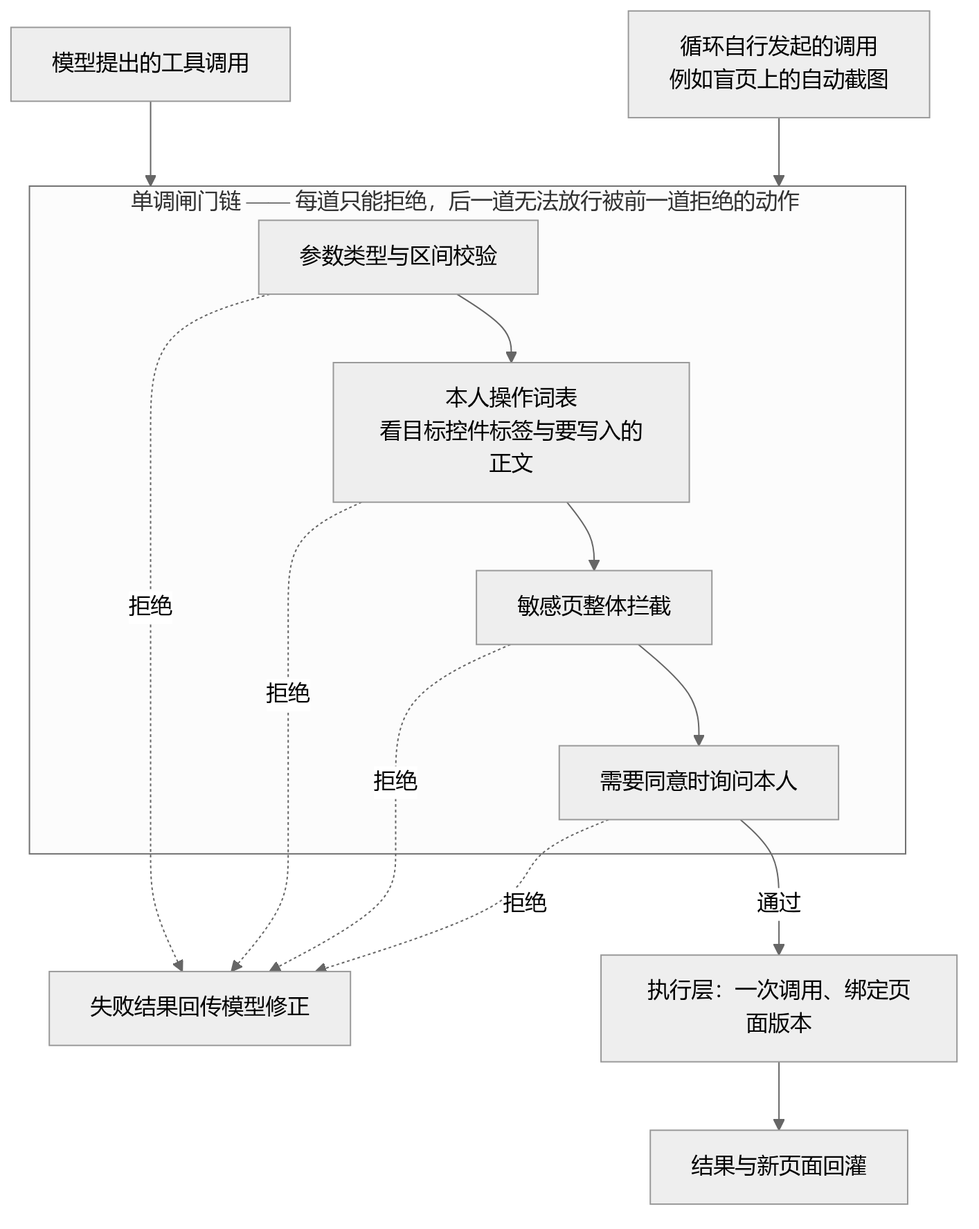
The Mermaid diagram docs/aic-2026/figures/fig3.png in lhxll07/elder-harness, before a commit. Its source is kept beside it as docs/aic-2026/figures/fig3.mmd.
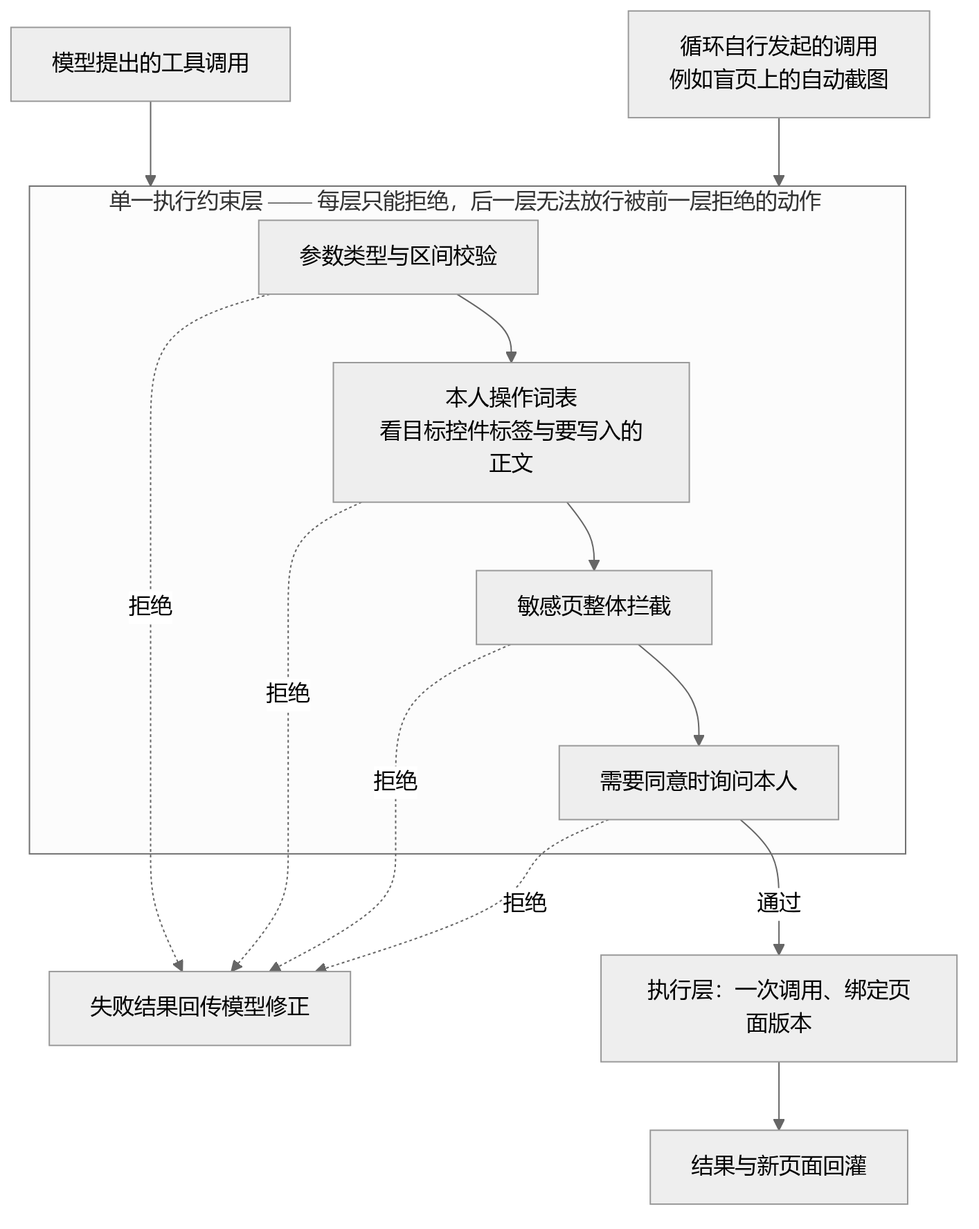
The same file after the commit.

Change to the diagram source:
```diff
@@ -2,7 +2,7 @@
 flowchart TD
   A1[模型提出的工具调用] --> G
   A2[循环自行发起的调用<br/>例如盲页上的自动截图] --> G
-  subgraph G[单调闸门链 —— 每道只能拒绝，后一道无法放行被前一道拒绝的动作]
+  subgraph G[单一执行约束层 —— 每层只能拒绝，后一层无法放行被前一层拒绝的动作]
     direction TB
     G1[参数类型与区间校验] --> G2[本人操作词表<br/>看目标控件标签与要写入的正文]
     G2 --> G3[敏感页整体拦截]
```
